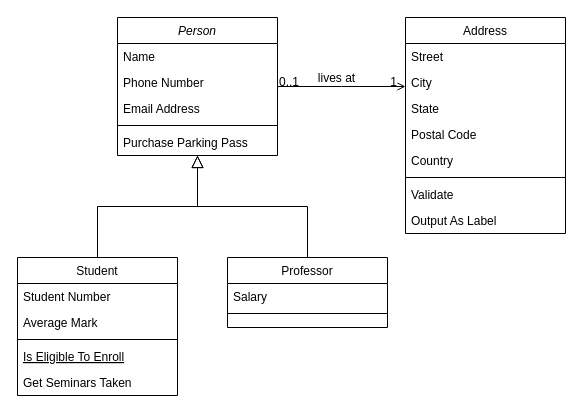
The draw.io diagram satellite.drawio in yangyong0614/Java_Draw_IO, before the edit. Source tidied: cells renumbered, new cells numbered last; positions are measured from the earlier drawing's top-left corner, leaving out a move shared by most shapes. Both pictures are drawn from the tidied source at 100%, with x=0, y=0 at pixel (17, 17).
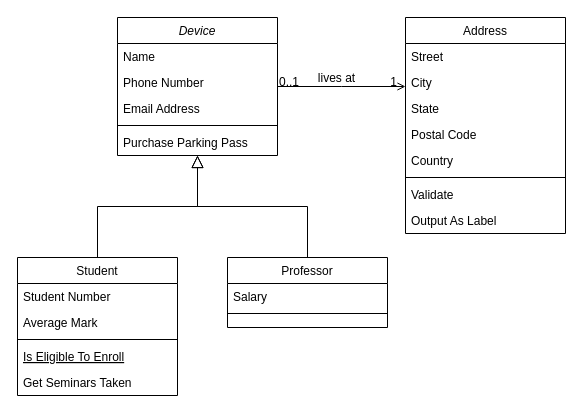
Above is the later version.

Diff of the diagram source:
```diff
@@
-    <mxCell id="2" value="Person" style="swimlane;fontStyle=2;align=center;verticalAlign=top;horizontal=1;startSize=26;rounded=0;shadow=0;strokeWidth=1;" parent="1" vertex="1">
+    <mxCell id="2" value="Device" style="swimlane;fontStyle=2;align=center;verticalAlign=top;horizontal=1;startSize=26;rounded=0;shadow=0;strokeWidth=1;" parent="1" vertex="1">
       <mxGeometry x="100" width="160" height="138" as="geometry" />
     </mxCell>
```
